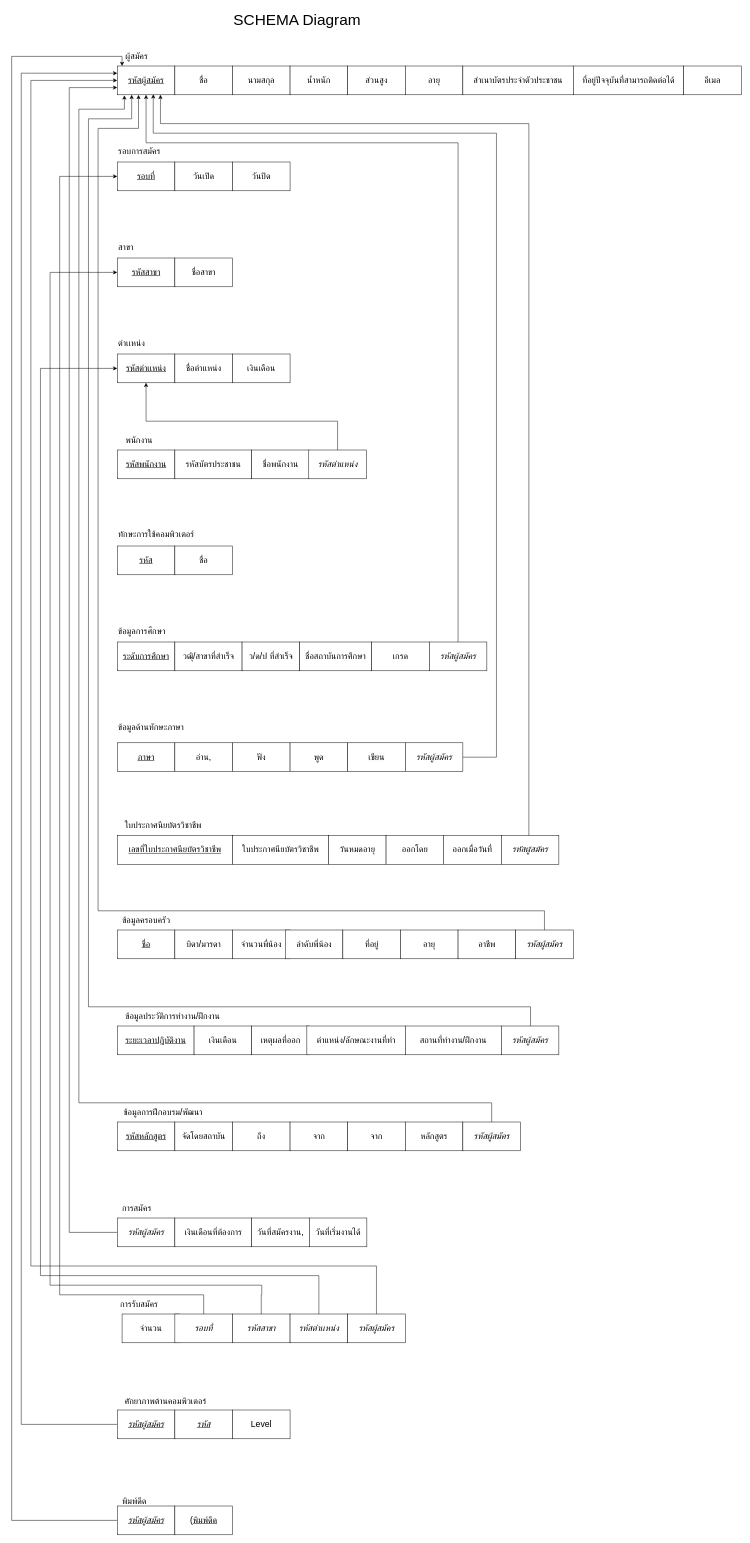
Exises/RandomSalt keeps this draw.io diagram as page "Page-6" (6 of 6) of YZ.drawio. Above is the earlier version. Source tidied: cells renumbered, new cells numbered last; positions are measured from the earlier drawing's top-left corner, leaving out a move shared by most shapes. Both pictures are drawn from the tidied source at 48%, with x=0, y=0 at pixel (12, 8).
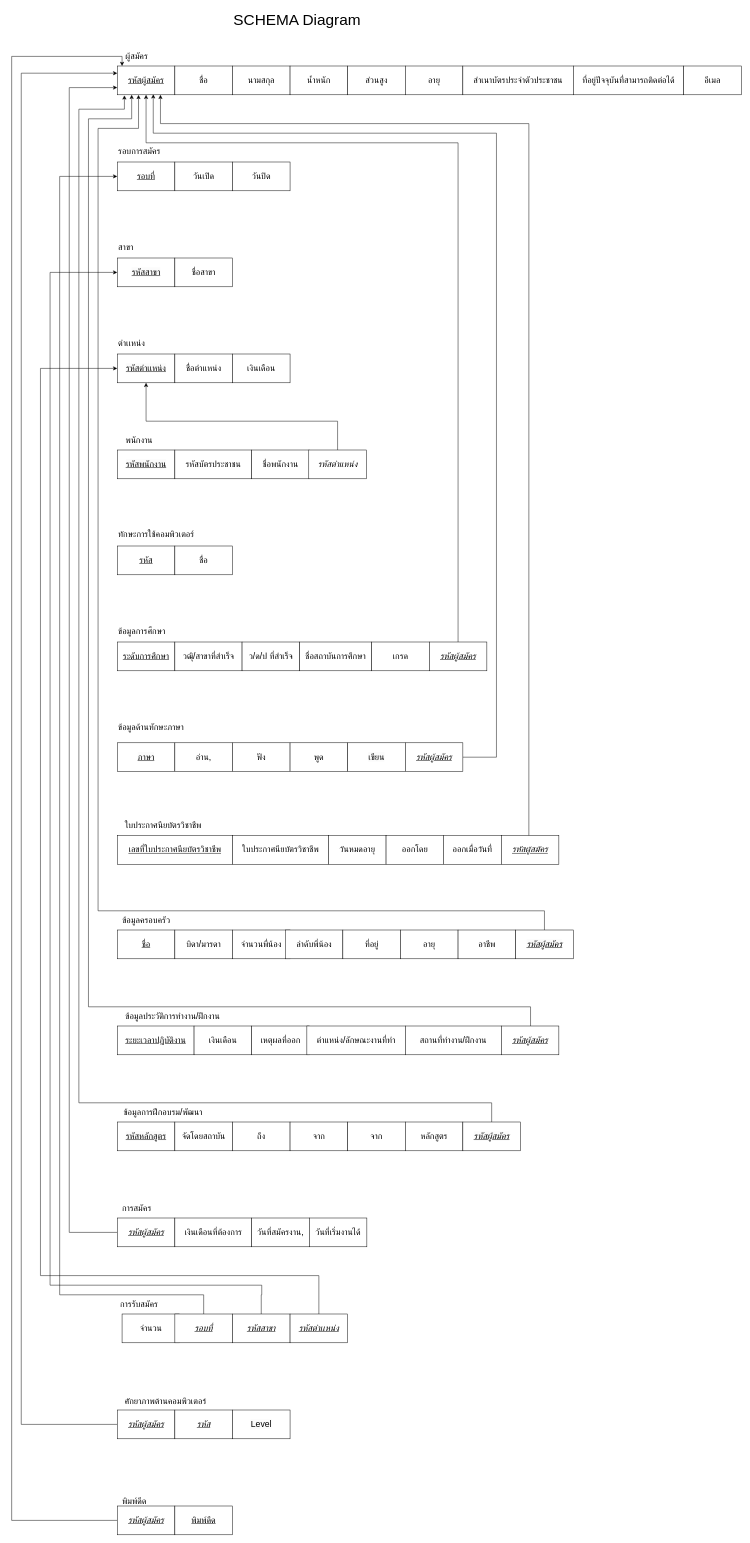
After the change.

The edit, as a diff of the source:
```diff
@@
-    <mxCell id="41" value="&lt;i style=&quot;font-size: 18px;&quot;&gt;รหัสผู้สมัคร&lt;/i&gt;" style="rounded=0;whiteSpace=wrap;html=1;" parent="1" vertex="1">
+    <mxCell id="41" value="&lt;i style=&quot;font-size: 18px;&quot;&gt;&lt;u&gt;รหัสผู้สมัคร&lt;/u&gt;&lt;/i&gt;" style="rounded=0;whiteSpace=wrap;html=1;" parent="1" vertex="1">
       <mxGeometry x="869.8" y="1320" width="120" height="60" as="geometry" />
     </mxCell>
@@
-    <mxCell id="49" value="&lt;span style=&quot;color: light-dark(rgb(0, 0, 0), rgb(255, 255, 255)); text-align: left; text-wrap-mode: nowrap; background-color: transparent; font-size: 18px;&quot;&gt;&lt;i&gt;รหัสผู้สมัคร&lt;/i&gt;&lt;/span&gt;" style="rounded=0;whiteSpace=wrap;html=1;" parent="1" vertex="1">
+    <mxCell id="49" value="&lt;span style=&quot;color: light-dark(rgb(0, 0, 0), rgb(255, 255, 255)); text-align: left; text-wrap-mode: nowrap; background-color: transparent; font-size: 18px;&quot;&gt;&lt;i&gt;&lt;u&gt;รหัสผู้สมัคร&lt;/u&gt;&lt;/i&gt;&lt;/span&gt;" style="rounded=0;whiteSpace=wrap;html=1;" parent="1" vertex="1">
       <mxGeometry x="819.8" y="1530" width="120" height="60" as="geometry" />
     </mxCell>
@@
-    <mxCell id="57" value="&lt;i style=&quot;text-align: left; text-wrap-mode: nowrap; font-size: 18px;&quot;&gt;รหัสผู้สมัคร&lt;/i&gt;" style="rounded=0;whiteSpace=wrap;html=1;" parent="1" vertex="1">
+    <mxCell id="57" value="&lt;i style=&quot;text-align: left; text-wrap-mode: nowrap; font-size: 18px;&quot;&gt;&lt;u&gt;รหัสผู้สมัคร&lt;/u&gt;&lt;/i&gt;" style="rounded=0;whiteSpace=wrap;html=1;" parent="1" vertex="1">
       <mxGeometry x="1019.8" y="1723" width="120" height="60" as="geometry" />
     </mxCell>
@@
-    <mxCell id="67" value="&lt;i style=&quot;color: rgb(0, 0, 0); text-align: left; text-wrap-mode: nowrap; background-color: rgb(251, 251, 251); font-size: 18px;&quot;&gt;รหัสผู้สมัคร&lt;/i&gt;" style="rounded=0;whiteSpace=wrap;html=1;" parent="1" vertex="1">
+    <mxCell id="67" value="&lt;i style=&quot;color: rgb(0, 0, 0); text-align: left; text-wrap-mode: nowrap; background-color: rgb(251, 251, 251); font-size: 18px;&quot;&gt;&lt;u&gt;รหัสผู้สมัคร&lt;/u&gt;&lt;/i&gt;" style="rounded=0;whiteSpace=wrap;html=1;" parent="1" vertex="1">
       <mxGeometry x="1049.8" y="1920" width="120" height="60" as="geometry" />
     </mxCell>
@@
-    <mxCell id="75" value="&lt;i style=&quot;text-align: left; text-wrap-mode: nowrap; font-size: 18px;&quot;&gt;รหัสผู้สมัคร&lt;/i&gt;" style="rounded=0;whiteSpace=wrap;html=1;" parent="1" vertex="1">
+    <mxCell id="75" value="&lt;i style=&quot;text-align: left; text-wrap-mode: nowrap; font-size: 18px;&quot;&gt;&lt;u&gt;รหัสผู้สมัคร&lt;/u&gt;&lt;/i&gt;" style="rounded=0;whiteSpace=wrap;html=1;" parent="1" vertex="1">
       <mxGeometry x="1019.8" y="2120" width="120" height="60" as="geometry" />
     </mxCell>
@@
-    <mxCell id="84" value="&lt;i style=&quot;color: rgb(0, 0, 0); text-align: left; text-wrap-mode: nowrap; font-size: 18px; background-color: rgb(251, 251, 251);&quot;&gt;รหัสผู้สมัคร&lt;/i&gt;" style="rounded=0;whiteSpace=wrap;html=1;" parent="1" vertex="1">
+    <mxCell id="84" value="&lt;i style=&quot;color: rgb(0, 0, 0); text-align: left; text-wrap-mode: nowrap; font-size: 18px; background-color: rgb(251, 251, 251);&quot;&gt;&lt;u&gt;รหัสผู้สมัคร&lt;/u&gt;&lt;/i&gt;" style="rounded=0;whiteSpace=wrap;html=1;" parent="1" vertex="1">
       <mxGeometry x="939.8" y="2320" width="120" height="60" as="geometry" />
     </mxCell>
@@
-    <mxCell id="87" value="&lt;i style=&quot;font-size: 18px; text-align: left; text-wrap-mode: nowrap;&quot;&gt;รหัสผู้สมัคร&lt;/i&gt;" style="rounded=0;whiteSpace=wrap;html=1;" parent="1" vertex="1">
+    <mxCell id="87" value="&lt;i style=&quot;font-size: 18px; text-align: left; text-wrap-mode: nowrap;&quot;&gt;&lt;u&gt;รหัสผู้สมัคร&lt;/u&gt;&lt;/i&gt;" style="rounded=0;whiteSpace=wrap;html=1;" parent="1" vertex="1">
       <mxGeometry x="219.8" y="2520" width="120" height="60" as="geometry" />
     </mxCell>
@@
-    <mxCell id="94" value="&lt;i style=&quot;font-size: 18px;&quot;&gt;รอบที่&lt;/i&gt;" style="rounded=0;whiteSpace=wrap;html=1;" parent="1" vertex="1">
+    <mxCell id="94" value="&lt;i style=&quot;font-size: 18px;&quot;&gt;&lt;u&gt;รอบที่&lt;/u&gt;&lt;/i&gt;" style="rounded=0;whiteSpace=wrap;html=1;" parent="1" vertex="1">
       <mxGeometry x="339.8" y="2720" width="120" height="60" as="geometry" />
     </mxCell>
@@
-    <mxCell id="96" value="&lt;i style=&quot;font-size: 18px; text-align: left; text-wrap-mode: nowrap;&quot;&gt;รหัสสาขา&lt;/i&gt;" style="rounded=0;whiteSpace=wrap;html=1;" parent="1" vertex="1">
+    <mxCell id="96" value="&lt;i style=&quot;font-size: 18px; text-align: left; text-wrap-mode: nowrap;&quot;&gt;&lt;u&gt;รหัสสาขา&lt;/u&gt;&lt;/i&gt;" style="rounded=0;whiteSpace=wrap;html=1;" parent="1" vertex="1">
       <mxGeometry x="459.8" y="2720" width="120" height="60" as="geometry" />
     </mxCell>
@@
-    <mxCell id="98" value="&lt;i style=&quot;font-size: 18px; text-align: left; text-wrap-mode: nowrap;&quot;&gt;รหัสตำเเหน่ง&lt;/i&gt;" style="rounded=0;whiteSpace=wrap;html=1;" parent="1" vertex="1">
+    <mxCell id="98" value="&lt;i style=&quot;font-size: 18px; text-align: left; text-wrap-mode: nowrap;&quot;&gt;&lt;u&gt;รหัสตำเเหน่ง&lt;/u&gt;&lt;/i&gt;" style="rounded=0;whiteSpace=wrap;html=1;" parent="1" vertex="1">
       <mxGeometry x="579.8" y="2720" width="120" height="60" as="geometry" />
     </mxCell>
-    <mxCell id="99" style="edgeStyle=orthogonalEdgeStyle;rounded=0;jettySize=auto;html=1;" parent="1" edge="1" source="100">
-      <mxGeometry relative="1" as="geometry">
-        <mxPoint x="219.8" y="150" as="targetPoint" />
-        <Array as="points">
-          <mxPoint x="759.8" y="2620" />
-          <mxPoint x="39.8" y="2620" />
-          <mxPoint x="39.8" y="150" />
-          <mxPoint x="219.8" y="150" />
-        </Array>
-      </mxGeometry>
-    </mxCell>
-    <mxCell id="100" value="&lt;i style=&quot;font-size: 18px; text-align: left; text-wrap-mode: nowrap;&quot;&gt;รหัสผู้สมัคร&lt;/i&gt;" style="rounded=0;whiteSpace=wrap;html=1;" parent="1" vertex="1">
-      <mxGeometry x="699.8" y="2720" width="120" height="60" as="geometry" />
-    </mxCell>
@@
-    <mxCell id="109" value="&lt;span style=&quot;font-size: 18px; text-wrap-mode: nowrap; text-align: left;&quot;&gt;(&lt;/span&gt;&lt;u style=&quot;font-size: 18px; text-wrap-mode: nowrap; text-align: left;&quot;&gt;พิมพ์ดีด&lt;/u&gt;" style="rounded=0;whiteSpace=wrap;html=1;" parent="1" vertex="1">
+    <mxCell id="109" value="&lt;u style=&quot;font-size: 18px; text-wrap-mode: nowrap; text-align: left;&quot;&gt;พิมพ์ดีด&lt;/u&gt;" style="rounded=0;whiteSpace=wrap;html=1;" parent="1" vertex="1">
       <mxGeometry x="339.8" y="3120" width="120" height="60" as="geometry" />
     </mxCell>
```
